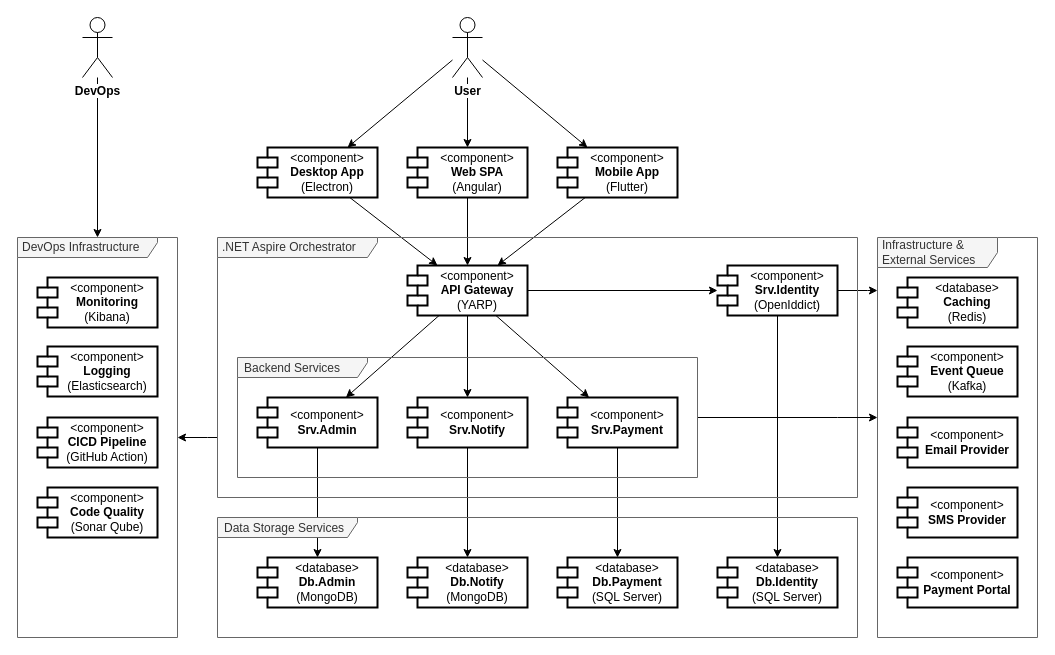
Earlier version of the draw.io diagram docs/2.development/99.software-architecture.drawio (datntdev0/codebase-microservices). Source tidied: cells renumbered, new cells numbered last; positions are measured from the earlier drawing's top-left corner, leaving out a move shared by most shapes. Both pictures are drawn from the tidied source at 100%, with x=0, y=0 at pixel (17, 17).
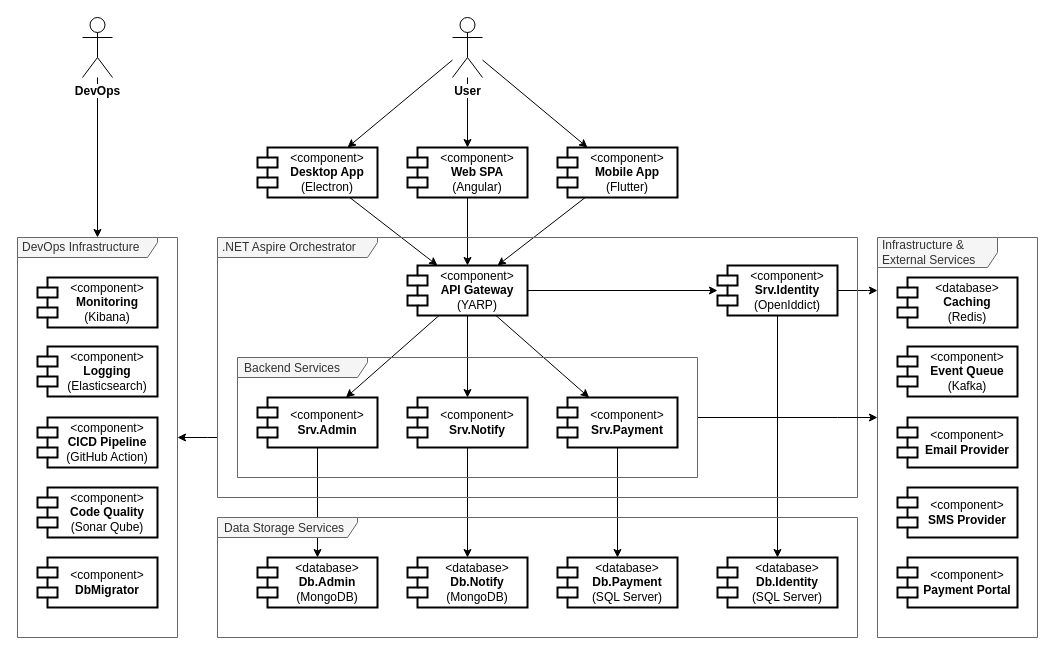
The same diagram, later.

Change to the diagram source:
```diff
@@
+    <mxCell id="48" value="&lt;div&gt;&amp;lt;component&amp;gt;&lt;/div&gt;&lt;div&gt;&lt;span style=&quot;background-color: transparent; color: light-dark(rgb(0, 0, 0), rgb(255, 255, 255));&quot;&gt;&lt;b&gt;DbMigrator&lt;/b&gt;&lt;/span&gt;&lt;/div&gt;" style="shape=module;align=left;spacingLeft=20;align=center;verticalAlign=middle;whiteSpace=wrap;html=1;strokeColor=default;fontFamily=Helvetica;fontSize=12;fontColor=default;labelBackgroundColor=none;fillColor=default;strokeWidth=2;" parent="1" vertex="1">
+      <mxGeometry x="20" y="540" width="120" height="50" as="geometry" />
+    </mxCell>
```
